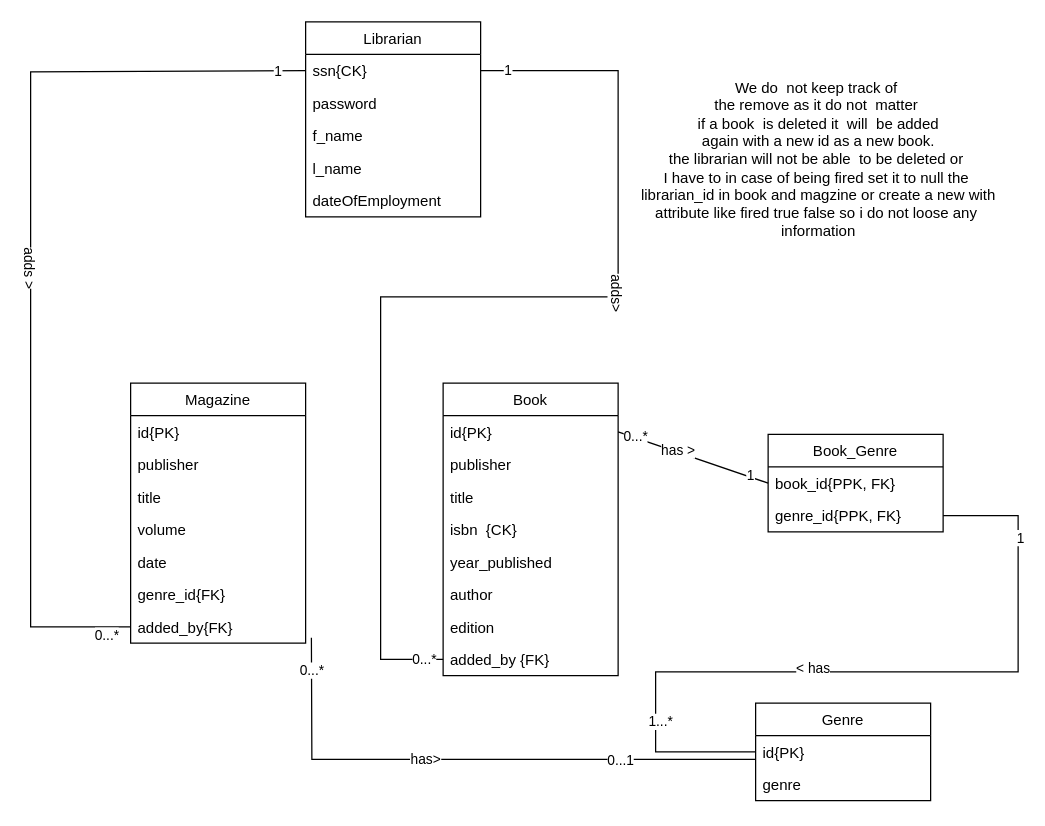
Above: Database/remove_multimedia_items(GRD)).drawio in RafaelSanchezCordoba/Semester-Project-Library (draw.io), before the change. Source tidied: cells renumbered, new cells numbered last; positions are measured from the earlier drawing's top-left corner, leaving out a move shared by most shapes. Both pictures are drawn from the tidied source at 125%, with x=0, y=0 at pixel (30, 21).
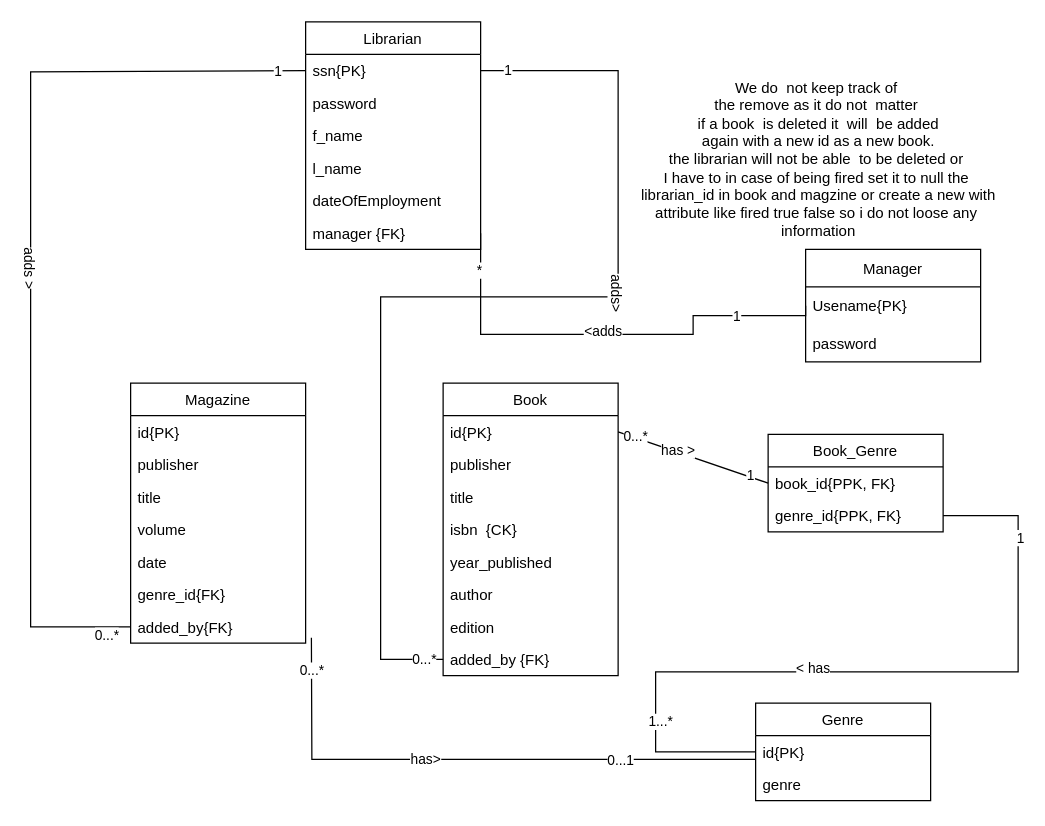
Above is the later version.

Diff of the diagram source:
```diff
@@
     <mxCell id="2" value="Librarian" style="swimlane;fontStyle=0;horizontal=1;startSize=26;fillColor=none;" parent="1" vertex="1">
-      <mxGeometry x="220" width="140" height="156" as="geometry" />
+      <mxGeometry x="220" width="140" height="182" as="geometry" />
     </mxCell>
-    <mxCell id="3" value="ssn{CK}" style="text;strokeColor=none;fillColor=none;align=left;verticalAlign=top;spacingLeft=4;spacingRight=4;overflow=hidden;points=[[0,0.5],[1,0.5]];portConstraint=eastwest;" parent="2" vertex="1">
+    <mxCell id="3" value="ssn{PK}" style="text;strokeColor=none;fillColor=none;align=left;verticalAlign=top;spacingLeft=4;spacingRight=4;overflow=hidden;points=[[0,0.5],[1,0.5]];portConstraint=eastwest;" parent="2" vertex="1">
       <mxGeometry y="26" width="140" height="26" as="geometry" />
     </mxCell>
@@
+    <mxCell id="52" value="manager {FK}" style="text;strokeColor=none;fillColor=none;align=left;verticalAlign=top;spacingLeft=4;spacingRight=4;overflow=hidden;points=[[0,0.5],[1,0.5]];portConstraint=eastwest;" parent="2" vertex="1">
+      <mxGeometry y="156" width="140" height="26" as="geometry" />
+    </mxCell>
@@
+    <mxCell id="53" value="Manager" style="swimlane;fontStyle=0;horizontal=1;startSize=30;" parent="1" vertex="1">
+      <mxGeometry x="620" y="182" width="140" height="90" as="geometry" />
+    </mxCell>
+    <mxCell id="54" value="Usename{PK}" style="text;strokeColor=none;fillColor=none;align=left;verticalAlign=middle;spacingLeft=4;spacingRight=4;overflow=hidden;points=[[0,0.5],[1,0.5]];portConstraint=eastwest;" parent="53" vertex="1">
+      <mxGeometry y="30" width="140" height="30" as="geometry" />
+    </mxCell>
+    <mxCell id="55" value="password" style="text;strokeColor=none;fillColor=none;align=left;verticalAlign=middle;spacingLeft=4;spacingRight=4;overflow=hidden;" parent="53" vertex="1">
+      <mxGeometry y="60" width="140" height="30" as="geometry" />
+    </mxCell>
+    <mxCell id="56" style="edgeStyle=orthogonalEdgeStyle;rounded=0;jettySize=auto;html=1;exitX=1;exitY=0.5;exitDx=0;exitDy=0;entryX=0;entryY=0.5;entryDx=0;entryDy=0;endArrow=none;endFill=0;" parent="1" edge="1" source="52" target="54">
+      <mxGeometry relative="1" as="geometry">
+        <Array as="points">
+          <mxPoint x="360" y="250" />
+          <mxPoint x="530" y="250" />
+          <mxPoint x="530" y="235" />
+        </Array>
+      </mxGeometry>
+    </mxCell>
+    <mxCell id="57" value="&amp;lt;adds" style="edgeLabel;html=1;align=center;verticalAlign=middle;" parent="56" vertex="1">
+      <mxGeometry x="-0.02" y="3" relative="1" as="geometry" />
+    </mxCell>
+    <mxCell id="58" value="1" style="edgeLabel;html=1;align=center;verticalAlign=middle;" parent="56" vertex="1">
+      <mxGeometry x="0.65" relative="1" as="geometry" />
+    </mxCell>
+    <mxCell id="59" value="*" style="edgeLabel;html=1;align=center;verticalAlign=middle;" parent="56" vertex="1">
+      <mxGeometry x="-0.84" y="-2" relative="1" as="geometry" />
+    </mxCell>
```
